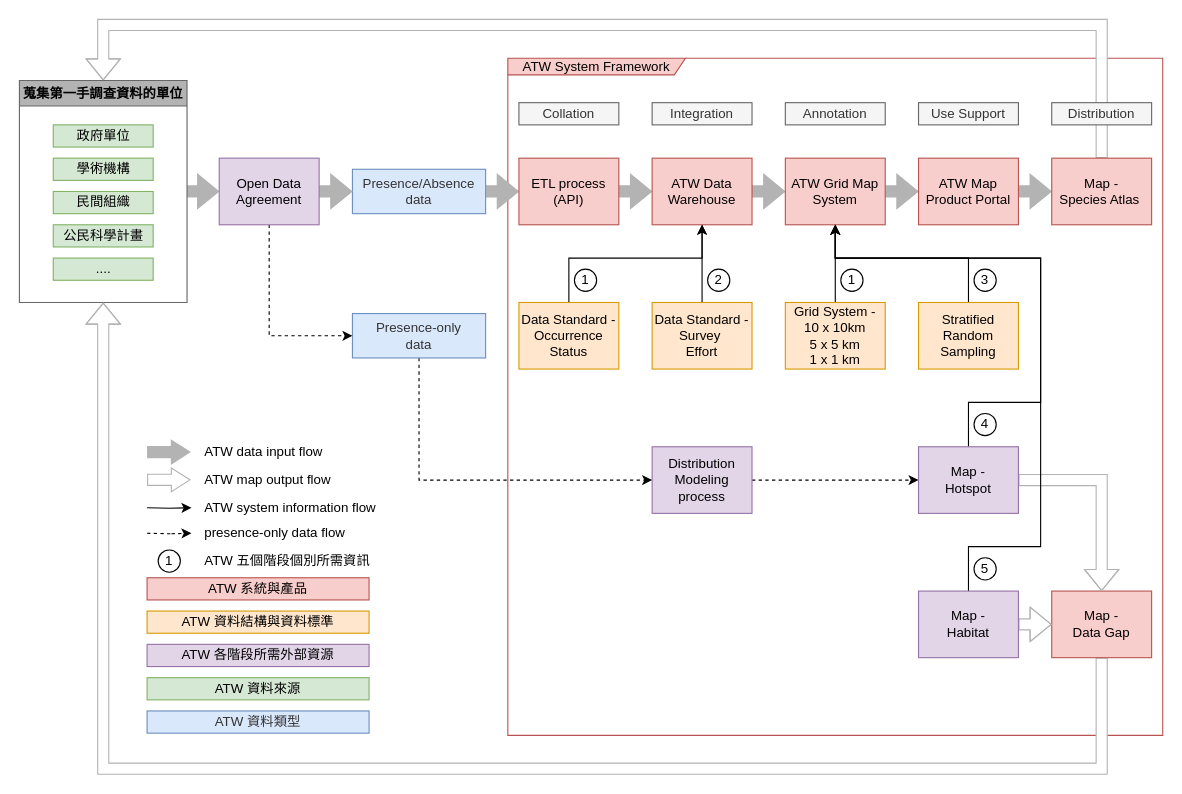
This is ATW_data_flow.drawio from jerome-cjko/foolingAround, a draw.io file, before an edit. Source tidied: cells renumbered, new cells numbered last; positions are measured from the earlier drawing's top-left corner, leaving out a move shared by most shapes. Both pictures are drawn from the tidied source at 111%, with x=0, y=0 at pixel (19, 24).
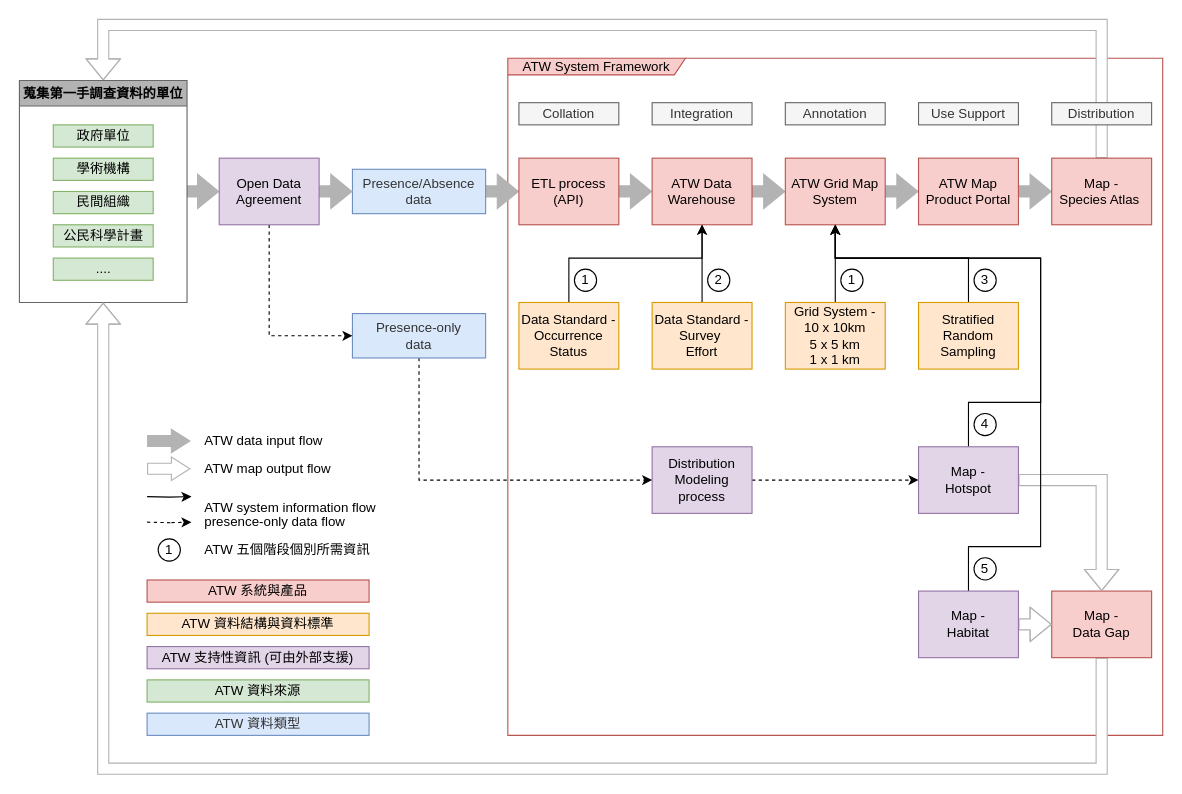
The same page after the edit.

Diff of the diagram source:
```diff
@@
     <mxCell id="23" style="edgeStyle=orthogonalEdgeStyle;rounded=0;orthogonalLoop=1;jettySize=auto;html=1;exitX=1;exitY=0.75;exitDx=0;exitDy=0;strokeColor=#000000;fillColor=#FFFFFF;dashed=1;" parent="1" edge="1">
       <mxGeometry relative="1" as="geometry">
-        <mxPoint x="115" y="457.9" as="sourcePoint" />
-        <mxPoint x="155" y="457.9" as="targetPoint" />
+        <mxPoint x="115" y="447.9" as="sourcePoint" />
+        <mxPoint x="155" y="447.9" as="targetPoint" />
       </mxGeometry>
     </mxCell>
@@
     <mxCell id="57" style="edgeStyle=orthogonalEdgeStyle;rounded=0;orthogonalLoop=1;jettySize=auto;html=1;exitX=1;exitY=0.75;exitDx=0;exitDy=0;strokeColor=#000000;fillColor=#FFFFFF;" parent="1" edge="1">
       <mxGeometry relative="1" as="geometry">
-        <mxPoint x="115" y="434.9" as="sourcePoint" />
-        <mxPoint x="155" y="434.9" as="targetPoint" />
+        <mxPoint x="115" y="424.9" as="sourcePoint" />
+        <mxPoint x="155" y="424.9" as="targetPoint" />
       </mxGeometry>
     </mxCell>
@@
     <mxCell id="59" value="ATW data input flow" style="text;html=1;align=left;verticalAlign=middle;strokeColor=none;fillColor=none;" parent="1" vertex="1">
-      <mxGeometry x="165" y="370" width="130" height="30" as="geometry" />
+      <mxGeometry x="165" y="360" width="130" height="30" as="geometry" />
     </mxCell>
     <mxCell id="60" value="ATW map output flow" style="text;html=1;align=left;verticalAlign=middle;strokeColor=none;fillColor=none;" parent="1" vertex="1">
-      <mxGeometry x="165" y="395" width="140" height="30" as="geometry" />
+      <mxGeometry x="165" y="385" width="140" height="30" as="geometry" />
     </mxCell>
     <mxCell id="61" value="presence-only data flow" style="text;html=1;align=left;verticalAlign=middle;strokeColor=none;fillColor=none;" parent="1" vertex="1">
-      <mxGeometry x="165" y="443" width="150" height="30" as="geometry" />
+      <mxGeometry x="165" y="433" width="150" height="30" as="geometry" />
     </mxCell>
     <mxCell id="62" style="edgeStyle=orthogonalEdgeStyle;shape=flexArrow;rounded=0;orthogonalLoop=1;jettySize=auto;html=1;entryX=0;entryY=0.5;entryDx=0;entryDy=0;strokeColor=#B3B3B3;fillColor=#B3B3B3;endWidth=10.256410256410257;endSize=5.241025641025641;" parent="1" edge="1">
       <mxGeometry relative="1" as="geometry">
-        <mxPoint x="115" y="384.8" as="sourcePoint" />
-        <mxPoint x="154.1" y="384.8" as="targetPoint" />
+        <mxPoint x="115" y="374.8" as="sourcePoint" />
+        <mxPoint x="154.1" y="374.8" as="targetPoint" />
       </mxGeometry>
     </mxCell>
     <mxCell id="63" style="edgeStyle=orthogonalEdgeStyle;shape=flexArrow;rounded=0;orthogonalLoop=1;jettySize=auto;html=1;entryX=0;entryY=0.5;entryDx=0;entryDy=0;strokeColor=#B3B3B3;fillColor=#FFFFFF;endWidth=10.256410256410257;endSize=5.241025641025641;" parent="1" edge="1">
       <mxGeometry relative="1" as="geometry">
-        <mxPoint x="115" y="409.8" as="sourcePoint" />
-        <mxPoint x="154.1" y="409.8" as="targetPoint" />
+        <mxPoint x="115" y="399.8" as="sourcePoint" />
+        <mxPoint x="154.1" y="399.8" as="targetPoint" />
       </mxGeometry>
     </mxCell>
     <mxCell id="64" value="ATW 資料來源" style="text;html=1;strokeColor=#82B366;fillColor=#D5E8D4;align=center;verticalAlign=middle;whiteSpace=wrap;rounded=0;" parent="1" vertex="1">
-      <mxGeometry x="115" y="588" width="200" height="20" as="geometry" />
+      <mxGeometry x="115" y="590" width="200" height="20" as="geometry" />
     </mxCell>
     <mxCell id="65" value="ATW 資料類型" style="text;html=1;strokeColor=#6C8EBF;fillColor=#DAE8FC;align=center;verticalAlign=middle;whiteSpace=wrap;rounded=0;fontColor=#333333;rotation=0;" parent="1" vertex="1">
-      <mxGeometry x="115" y="618" width="200" height="20" as="geometry" />
+      <mxGeometry x="115" y="620" width="200" height="20" as="geometry" />
     </mxCell>
     <mxCell id="66" value="ATW 系統與產品" style="text;html=1;strokeColor=#B85450;fillColor=#F8CECC;align=center;verticalAlign=middle;whiteSpace=wrap;rounded=0;" parent="1" vertex="1">
-      <mxGeometry x="115" y="498" width="200" height="20" as="geometry" />
+      <mxGeometry x="115" y="500" width="200" height="20" as="geometry" />
     </mxCell>
     <mxCell id="67" value="ATW 資料結構與資料標準" style="text;html=1;strokeColor=#D79B00;fillColor=#FFE6CC;align=center;verticalAlign=middle;whiteSpace=wrap;rounded=0;" parent="1" vertex="1">
-      <mxGeometry x="115" y="528" width="200" height="20" as="geometry" />
+      <mxGeometry x="115" y="530" width="200" height="20" as="geometry" />
     </mxCell>
-    <mxCell id="68" value="ATW 各階段所需外部資源" style="text;html=1;strokeColor=#9673A6;fillColor=#E1D5E7;align=center;verticalAlign=middle;whiteSpace=wrap;rounded=0;" parent="1" vertex="1">
-      <mxGeometry x="115" y="558" width="200" height="20" as="geometry" />
+    <mxCell id="68" value="ATW 支持性資訊 (可由外部支援)" style="text;html=1;strokeColor=#9673A6;fillColor=#E1D5E7;align=center;verticalAlign=middle;whiteSpace=wrap;rounded=0;" parent="1" vertex="1">
+      <mxGeometry x="115" y="560" width="200" height="20" as="geometry" />
     </mxCell>
     <mxCell id="69" value="1" style="ellipse;whiteSpace=wrap;html=1;" parent="1" vertex="1">
-      <mxGeometry x="125" y="473" width="20" height="20" as="geometry" />
+      <mxGeometry x="125" y="463" width="20" height="20" as="geometry" />
     </mxCell>
     <mxCell id="70" value="ATW 五個階段個別所需資訊" style="text;html=1;align=left;verticalAlign=middle;strokeColor=none;fillColor=none;" parent="1" vertex="1">
-      <mxGeometry x="165" y="468" width="170" height="30" as="geometry" />
+      <mxGeometry x="165" y="458" width="170" height="30" as="geometry" />
     </mxCell>
```
